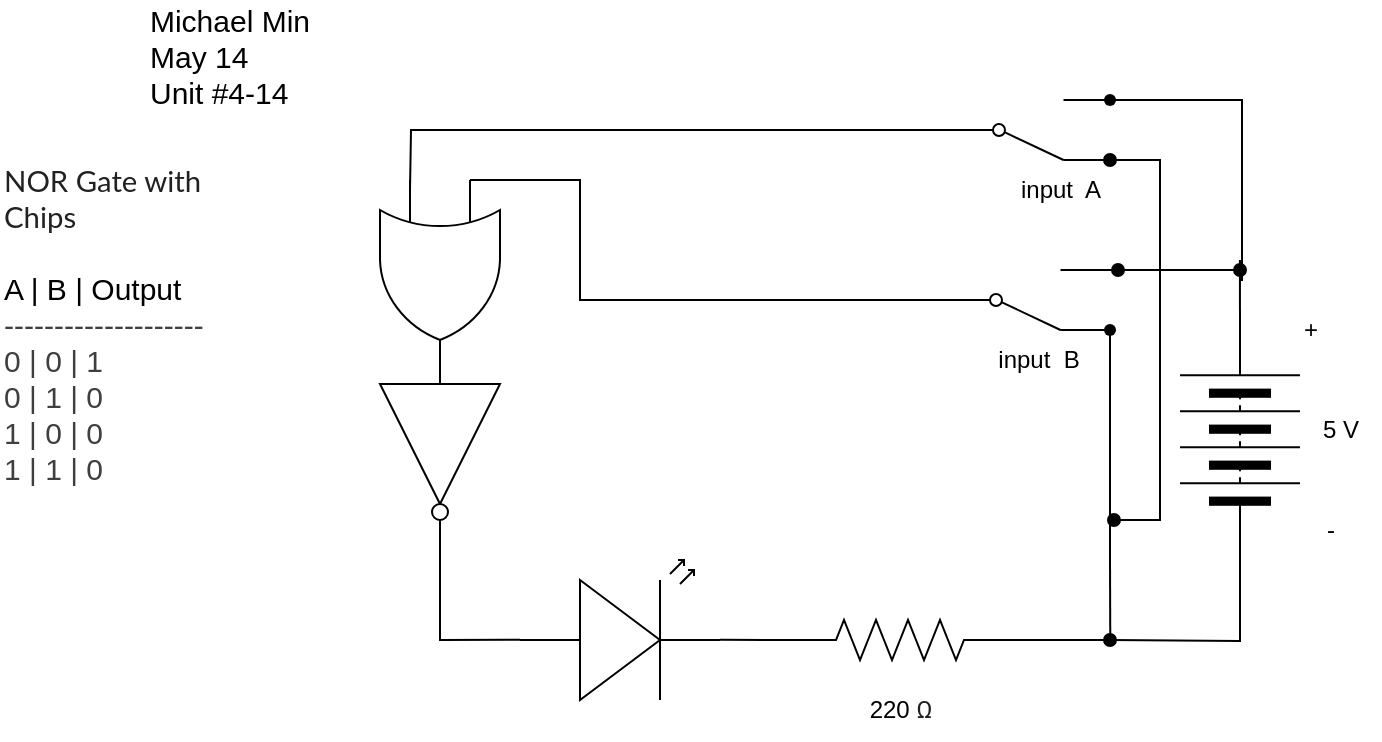
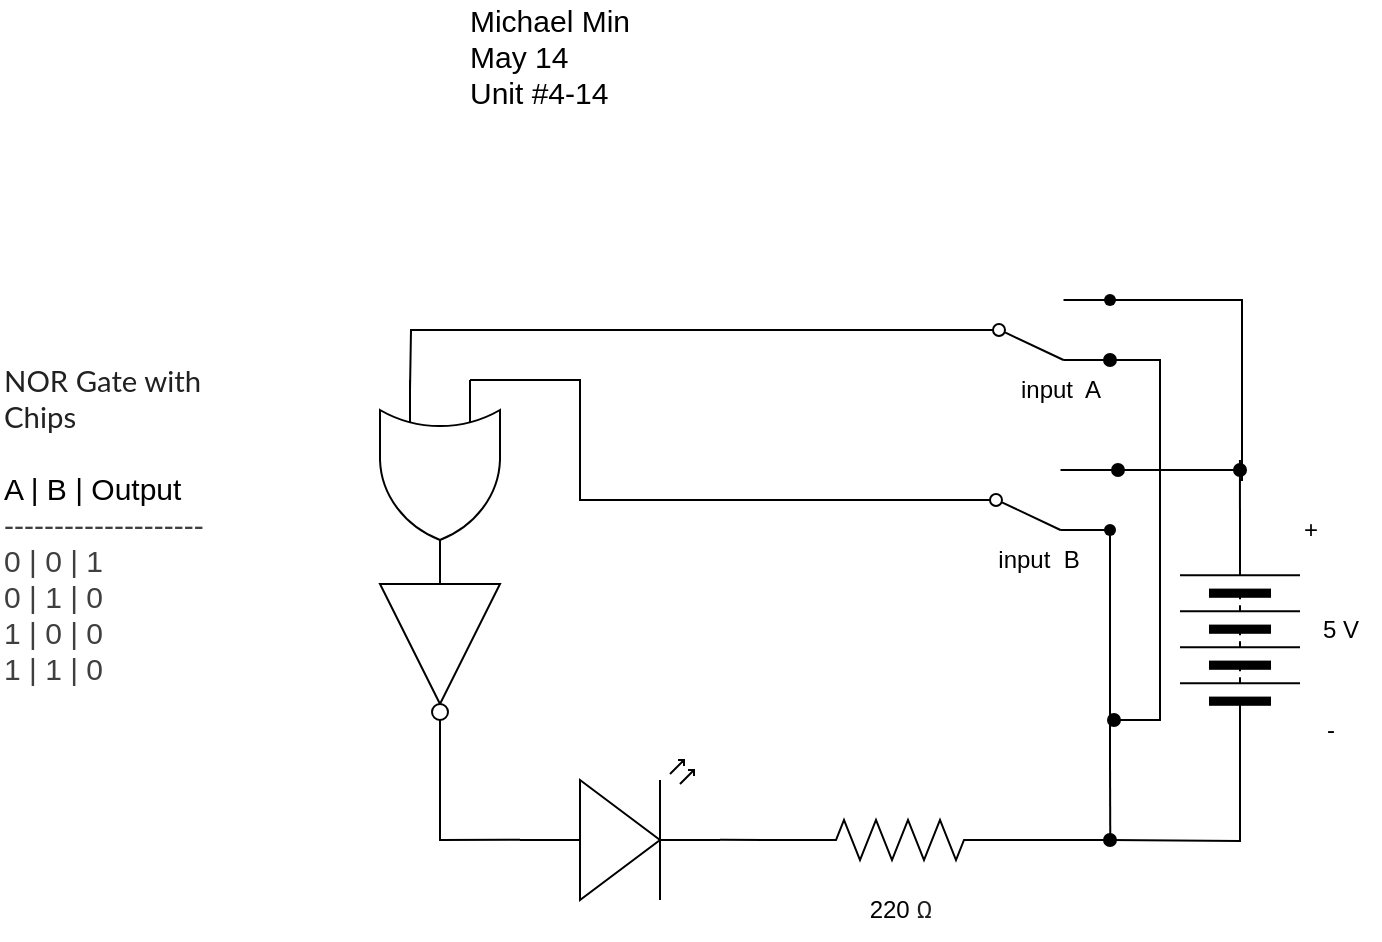
<mxfile host="65bd71144e">
    <diagram id="WTmfBjRd3qJ1NjPrPrVv" name="第 1 页">
-         <mxGraphModel dx="445" dy="228" grid="1" gridSize="10" guides="1" tooltips="1" connect="1" arrows="1" fold="1" page="1" pageScale="1" pageWidth="827" pageHeight="1169" math="0" shadow="0">
+         <mxGraphModel dx="1086" dy="551" grid="1" gridSize="10" guides="1" tooltips="1" connect="1" arrows="1" fold="1" page="1" pageScale="1" pageWidth="827" pageHeight="1169" math="0" shadow="0">
            <root>
                <mxCell id="0"/>
                <mxCell id="1" parent="0"/>
-                 <mxCell id="3" style="edgeStyle=orthogonalEdgeStyle;html=1;exitDx=0;exitDy=0;exitPerimeter=0;entryX=0;entryY=0.5;entryDx=0;entryDy=0;rounded=0;endArrow=none;endFill=0;" edge="1" parent="1" target="10">
+                 <mxCell id="3" style="edgeStyle=orthogonalEdgeStyle;html=1;exitDx=0;exitDy=0;exitPerimeter=0;entryX=0;entryY=0.5;entryDx=0;entryDy=0;rounded=0;endArrow=none;endFill=0;" parent="1" target="10" edge="1">
                    <mxGeometry relative="1" as="geometry">
                        <mxPoint x="665" y="470" as="sourcePoint"/>
                    </mxGeometry>
                </mxCell>
-                 <mxCell id="4" style="edgeStyle=none;html=1;exitX=1;exitY=0.5;exitDx=0;exitDy=0;exitPerimeter=0;endArrow=oval;endFill=1;" edge="1" parent="1" source="5">
+                 <mxCell id="4" style="edgeStyle=none;html=1;exitX=1;exitY=0.5;exitDx=0;exitDy=0;exitPerimeter=0;endArrow=oval;endFill=1;" parent="1" source="5" edge="1">
                    <mxGeometry relative="1" as="geometry">
                        <mxPoint x="665" y="470" as="targetPoint"/>
                    </mxGeometry>
                </mxCell>
-                 <mxCell id="5" value="" style="pointerEvents=1;verticalLabelPosition=bottom;shadow=0;dashed=0;align=center;html=1;verticalAlign=top;shape=mxgraph.electrical.resistors.resistor_2;" vertex="1" parent="1">
+                 <mxCell id="5" value="" style="pointerEvents=1;verticalLabelPosition=bottom;shadow=0;dashed=0;align=center;html=1;verticalAlign=top;shape=mxgraph.electrical.resistors.resistor_2;" parent="1" vertex="1">
                    <mxGeometry x="510" y="460" width="100" height="20" as="geometry"/>
                </mxCell>
-                 <mxCell id="6" style="edgeStyle=none;html=1;exitDx=0;exitDy=0;endArrow=oval;endFill=1;" edge="1" parent="1" source="12">
+                 <mxCell id="6" style="edgeStyle=none;html=1;exitDx=0;exitDy=0;endArrow=oval;endFill=1;" parent="1" source="12" edge="1">
                    <mxGeometry relative="1" as="geometry">
                        <mxPoint x="730" y="285" as="targetPoint"/>
                    </mxGeometry>
                </mxCell>
-                 <mxCell id="7" style="edgeStyle=none;html=1;exitDx=0;exitDy=0;endArrow=none;endFill=0;" edge="1" parent="1">
+                 <mxCell id="7" style="edgeStyle=none;html=1;exitDx=0;exitDy=0;endArrow=none;endFill=0;" parent="1" edge="1">
                    <mxGeometry relative="1" as="geometry">
                        <mxPoint x="665.1379310344828" y="470" as="targetPoint"/>
                        <mxPoint x="665" y="430" as="sourcePoint"/>
                    </mxGeometry>
                </mxCell>
-                 <mxCell id="8" value="" style="pointerEvents=1;verticalLabelPosition=bottom;shadow=0;dashed=0;align=center;html=1;verticalAlign=top;shape=mxgraph.electrical.electro-mechanical.twoWayContact2;elSwitchState=2;" vertex="1" parent="1">
+                 <mxCell id="8" value="" style="pointerEvents=1;verticalLabelPosition=bottom;shadow=0;dashed=0;align=center;html=1;verticalAlign=top;shape=mxgraph.electrical.electro-mechanical.twoWayContact2;elSwitchState=2;" parent="1" vertex="1">
                    <mxGeometry x="590" y="285" width="75" height="30" as="geometry"/>
                </mxCell>
-                 <mxCell id="9" style="edgeStyle=none;html=1;exitX=1;exitY=0.5;exitDx=0;exitDy=0;endArrow=none;endFill=0;" edge="1" parent="1" source="10">
+                 <mxCell id="9" style="edgeStyle=none;html=1;exitX=1;exitY=0.5;exitDx=0;exitDy=0;endArrow=none;endFill=0;" parent="1" source="10" edge="1">
                    <mxGeometry relative="1" as="geometry">
                        <mxPoint x="729.9655172413793" y="280" as="targetPoint"/>
                    </mxGeometry>
                </mxCell>
-                 <mxCell id="10" value="" style="pointerEvents=1;verticalLabelPosition=bottom;shadow=0;dashed=0;align=center;html=1;verticalAlign=top;shape=mxgraph.electrical.miscellaneous.batteryStack;rotation=-90;" vertex="1" parent="1">
+                 <mxCell id="10" value="" style="pointerEvents=1;verticalLabelPosition=bottom;shadow=0;dashed=0;align=center;html=1;verticalAlign=top;shape=mxgraph.electrical.miscellaneous.batteryStack;rotation=-90;" parent="1" vertex="1">
                    <mxGeometry x="680" y="340" width="100" height="60" as="geometry"/>
                </mxCell>
-                 <mxCell id="11" value="" style="edgeStyle=none;html=1;exitX=1;exitY=0;exitDx=0;exitDy=0;endArrow=oval;endFill=1;" edge="1" parent="1" source="8" target="12">
+                 <mxCell id="11" value="" style="edgeStyle=none;html=1;exitX=1;exitY=0;exitDx=0;exitDy=0;endArrow=oval;endFill=1;" parent="1" source="8" target="12" edge="1">
                    <mxGeometry relative="1" as="geometry">
                        <mxPoint x="730" y="285" as="targetPoint"/>
                        <mxPoint x="665" y="285" as="sourcePoint"/>
                    </mxGeometry>
                </mxCell>
-                 <mxCell id="12" value="" style="shape=waypoint;sketch=0;size=6;pointerEvents=1;points=[];fillColor=none;resizable=0;rotatable=0;perimeter=centerPerimeter;snapToPoint=1;" vertex="1" parent="1">
+                 <mxCell id="12" value="" style="shape=waypoint;sketch=0;size=6;pointerEvents=1;points=[];fillColor=none;resizable=0;rotatable=0;perimeter=centerPerimeter;snapToPoint=1;" parent="1" vertex="1">
                    <mxGeometry x="659" y="275" width="20" height="20" as="geometry"/>
                </mxCell>
-                 <mxCell id="13" value="" style="verticalLabelPosition=bottom;shadow=0;dashed=0;align=center;html=1;verticalAlign=top;shape=mxgraph.electrical.opto_electronics.led_2;pointerEvents=1;" vertex="1" parent="1">
+                 <mxCell id="13" value="" style="verticalLabelPosition=bottom;shadow=0;dashed=0;align=center;html=1;verticalAlign=top;shape=mxgraph.electrical.opto_electronics.led_2;pointerEvents=1;" parent="1" vertex="1">
                    <mxGeometry x="370" y="430" width="100" height="70" as="geometry"/>
                </mxCell>
-                 <mxCell id="14" value="" style="shape=waypoint;sketch=0;size=6;pointerEvents=1;points=[];fillColor=none;resizable=0;rotatable=0;perimeter=centerPerimeter;snapToPoint=1;" vertex="1" parent="1">
+                 <mxCell id="14" value="" style="shape=waypoint;sketch=0;size=6;pointerEvents=1;points=[];fillColor=none;resizable=0;rotatable=0;perimeter=centerPerimeter;snapToPoint=1;" parent="1" vertex="1">
                    <mxGeometry x="655" y="305" width="20" height="20" as="geometry"/>
                </mxCell>
-                 <mxCell id="15" value="" style="edgeStyle=none;html=1;exitX=1;exitY=1;exitDx=0;exitDy=0;endArrow=none;endFill=0;" edge="1" parent="1" source="8">
+                 <mxCell id="15" value="" style="edgeStyle=none;html=1;exitX=1;exitY=1;exitDx=0;exitDy=0;endArrow=none;endFill=0;" parent="1" source="8" edge="1">
                    <mxGeometry relative="1" as="geometry">
                        <mxPoint x="665" y="430" as="targetPoint"/>
                        <mxPoint x="665" y="315" as="sourcePoint"/>
                    </mxGeometry>
                </mxCell>
-                 <mxCell id="16" value="220&amp;nbsp;&lt;span style=&quot;color: rgb(31, 31, 31); font-family: &amp;quot;Google Sans&amp;quot;, Roboto, sans-serif; text-align: start; white-space: normal; background-color: rgb(255, 255, 255);&quot;&gt;&lt;font&gt;Ω&lt;/font&gt;&lt;/span&gt;" style="text;html=1;align=center;verticalAlign=middle;resizable=0;points=[];autosize=1;strokeColor=none;fillColor=none;" vertex="1" parent="1">
+                 <mxCell id="16" value="220&amp;nbsp;&lt;span style=&quot;color: rgb(31, 31, 31); font-family: &amp;quot;Google Sans&amp;quot;, Roboto, sans-serif; text-align: start; white-space: normal; background-color: rgb(255, 255, 255);&quot;&gt;&lt;font&gt;Ω&lt;/font&gt;&lt;/span&gt;" style="text;html=1;align=center;verticalAlign=middle;resizable=0;points=[];autosize=1;strokeColor=none;fillColor=none;" parent="1" vertex="1">
                    <mxGeometry x="530" y="490" width="60" height="30" as="geometry"/>
                </mxCell>
-                 <mxCell id="17" value="5 V" style="text;html=1;align=center;verticalAlign=middle;resizable=0;points=[];autosize=1;strokeColor=none;fillColor=none;" vertex="1" parent="1">
+                 <mxCell id="17" value="5 V" style="text;html=1;align=center;verticalAlign=middle;resizable=0;points=[];autosize=1;strokeColor=none;fillColor=none;" parent="1" vertex="1">
                    <mxGeometry x="760" y="350" width="40" height="30" as="geometry"/>
                </mxCell>
-                 <mxCell id="18" value="input&amp;nbsp; B" style="text;html=1;align=center;verticalAlign=middle;resizable=0;points=[];autosize=1;strokeColor=none;fillColor=none;" vertex="1" parent="1">
+                 <mxCell id="18" value="input&amp;nbsp; B" style="text;html=1;align=center;verticalAlign=middle;resizable=0;points=[];autosize=1;strokeColor=none;fillColor=none;" parent="1" vertex="1">
                    <mxGeometry x="599" y="315" width="60" height="30" as="geometry"/>
                </mxCell>
-                 <mxCell id="19" value="+" style="text;html=1;align=center;verticalAlign=middle;resizable=0;points=[];autosize=1;strokeColor=none;fillColor=none;" vertex="1" parent="1">
+                 <mxCell id="19" value="+" style="text;html=1;align=center;verticalAlign=middle;resizable=0;points=[];autosize=1;strokeColor=none;fillColor=none;" parent="1" vertex="1">
                    <mxGeometry x="750" y="300" width="30" height="30" as="geometry"/>
                </mxCell>
-                 <mxCell id="20" value="-" style="text;html=1;align=center;verticalAlign=middle;resizable=0;points=[];autosize=1;strokeColor=none;fillColor=none;" vertex="1" parent="1">
+                 <mxCell id="20" value="-" style="text;html=1;align=center;verticalAlign=middle;resizable=0;points=[];autosize=1;strokeColor=none;fillColor=none;" parent="1" vertex="1">
                    <mxGeometry x="760" y="400" width="30" height="30" as="geometry"/>
                </mxCell>
-                 <mxCell id="21" style="edgeStyle=none;html=1;exitX=1;exitY=0.57;exitDx=0;exitDy=0;exitPerimeter=0;endArrow=none;endFill=0;" edge="1" parent="1" source="13">
+                 <mxCell id="21" style="edgeStyle=none;html=1;exitX=1;exitY=0.57;exitDx=0;exitDy=0;exitPerimeter=0;endArrow=none;endFill=0;" parent="1" source="13" edge="1">
                    <mxGeometry relative="1" as="geometry">
                        <mxPoint x="510" y="470" as="targetPoint"/>
                    </mxGeometry>
                </mxCell>
-                 <mxCell id="22" style="edgeStyle=none;html=1;entryX=0.609;entryY=0.21;entryDx=0;entryDy=0;entryPerimeter=0;" edge="1" parent="1">
+                 <mxCell id="22" style="edgeStyle=none;html=1;entryX=0.609;entryY=0.21;entryDx=0;entryDy=0;entryPerimeter=0;" parent="1" edge="1">
                    <mxGeometry relative="1" as="geometry">
                        <mxPoint x="665" y="170" as="sourcePoint"/>
                        <mxPoint x="665" y="170" as="targetPoint"/>
                    </mxGeometry>
                </mxCell>
-                 <mxCell id="23" value="&lt;div style=&quot;-webkit-tap-highlight-color: rgba(0, 0, 0, 0); box-sizing: border-box; font-family: ArtifaktElement-Medium, sans-serif; font-size: 15px;&quot;&gt;&lt;span style=&quot;background-color: transparent; white-space: normal; box-sizing: border-box; color: rgb(33, 33, 33); font-family: Lato, sans-serif; font-size: 14.6667px; font-variant: none;&quot; class=&quot;C9DxTc&quot;&gt;NOR&lt;/span&gt;&lt;span style=&quot;background-color: transparent; white-space: normal; box-sizing: border-box; color: rgb(33, 33, 33); font-family: Lato, sans-serif; font-size: 14.6667px; font-variant: normal;&quot; class=&quot;C9DxTc&quot;&gt; Gate with Chips&lt;/span&gt;&lt;/div&gt;&lt;div style=&quot;-webkit-tap-highlight-color: rgba(0, 0, 0, 0); box-sizing: border-box; font-family: ArtifaktElement-Medium, sans-serif; font-size: 15px;&quot;&gt;&lt;span style=&quot;background-color: transparent;&quot;&gt;&lt;br&gt;&lt;/span&gt;&lt;/div&gt;&lt;div style=&quot;-webkit-tap-highlight-color: rgba(0, 0, 0, 0); box-sizing: border-box; font-family: ArtifaktElement-Medium, sans-serif; font-size: 15px;&quot;&gt;&lt;span style=&quot;background-color: transparent;&quot;&gt;A | B | Output&lt;/span&gt;&lt;/div&gt;&lt;div style=&quot;-webkit-tap-highlight-color: rgba(0, 0, 0, 0); box-sizing: border-box; font-family: ArtifaktElement-Medium, sans-serif; font-size: 15px;&quot;&gt;&lt;div style=&quot;color: rgb(63, 63, 63); scrollbar-color: rgb(226, 226, 226) rgb(251, 251, 251); -webkit-tap-highlight-color: rgba(0, 0, 0, 0); box-sizing: border-box;&quot;&gt;--------------------&lt;/div&gt;&lt;div style=&quot;color: rgb(63, 63, 63); scrollbar-color: rgb(226, 226, 226) rgb(251, 251, 251); -webkit-tap-highlight-color: rgba(0, 0, 0, 0); box-sizing: border-box;&quot;&gt;0 | 0 | 1&lt;/div&gt;&lt;div style=&quot;color: rgb(63, 63, 63); scrollbar-color: rgb(226, 226, 226) rgb(251, 251, 251); -webkit-tap-highlight-color: rgba(0, 0, 0, 0); box-sizing: border-box;&quot;&gt;0 | 1 | 0&lt;/div&gt;&lt;div style=&quot;color: rgb(63, 63, 63); scrollbar-color: rgb(226, 226, 226) rgb(251, 251, 251); -webkit-tap-highlight-color: rgba(0, 0, 0, 0); box-sizing: border-box;&quot;&gt;1 | 0 | 0&lt;/div&gt;&lt;div style=&quot;color: rgb(63, 63, 63); scrollbar-color: rgb(226, 226, 226) rgb(251, 251, 251); -webkit-tap-highlight-color: rgba(0, 0, 0, 0); box-sizing: border-box;&quot;&gt;1 | 1 | 0&lt;/div&gt;&lt;/div&gt;&lt;div style=&quot;-webkit-tap-highlight-color: rgba(0, 0, 0, 0); box-sizing: border-box; font-family: ArtifaktElement-Medium, sans-serif; font-size: 15px;&quot;&gt;&amp;nbsp;&lt;/div&gt;&lt;div style=&quot;-webkit-tap-highlight-color: rgba(0, 0, 0, 0); box-sizing: border-box; font-family: ArtifaktElement-Medium, sans-serif; font-size: 15px;&quot;&gt;&amp;nbsp;&lt;/div&gt;" style="text;html=1;align=left;verticalAlign=middle;rounded=0;fontColor=default;labelBackgroundColor=none;labelBorderColor=none;textShadow=0;" vertex="1" parent="1">
+                 <mxCell id="23" value="&lt;div style=&quot;-webkit-tap-highlight-color: rgba(0, 0, 0, 0); box-sizing: border-box; font-family: ArtifaktElement-Medium, sans-serif; font-size: 15px;&quot;&gt;&lt;span style=&quot;background-color: transparent; white-space: normal; box-sizing: border-box; color: rgb(33, 33, 33); font-family: Lato, sans-serif; font-size: 14.6667px; font-variant: none;&quot; class=&quot;C9DxTc&quot;&gt;NOR&lt;/span&gt;&lt;span style=&quot;background-color: transparent; white-space: normal; box-sizing: border-box; color: rgb(33, 33, 33); font-family: Lato, sans-serif; font-size: 14.6667px; font-variant: normal;&quot; class=&quot;C9DxTc&quot;&gt; Gate with Chips&lt;/span&gt;&lt;/div&gt;&lt;div style=&quot;-webkit-tap-highlight-color: rgba(0, 0, 0, 0); box-sizing: border-box; font-family: ArtifaktElement-Medium, sans-serif; font-size: 15px;&quot;&gt;&lt;span style=&quot;background-color: transparent;&quot;&gt;&lt;br&gt;&lt;/span&gt;&lt;/div&gt;&lt;div style=&quot;-webkit-tap-highlight-color: rgba(0, 0, 0, 0); box-sizing: border-box; font-family: ArtifaktElement-Medium, sans-serif; font-size: 15px;&quot;&gt;&lt;span style=&quot;background-color: transparent;&quot;&gt;A | B | Output&lt;/span&gt;&lt;/div&gt;&lt;div style=&quot;-webkit-tap-highlight-color: rgba(0, 0, 0, 0); box-sizing: border-box; font-family: ArtifaktElement-Medium, sans-serif; font-size: 15px;&quot;&gt;&lt;div style=&quot;color: rgb(63, 63, 63); scrollbar-color: rgb(226, 226, 226) rgb(251, 251, 251); -webkit-tap-highlight-color: rgba(0, 0, 0, 0); box-sizing: border-box;&quot;&gt;--------------------&lt;/div&gt;&lt;div style=&quot;color: rgb(63, 63, 63); scrollbar-color: rgb(226, 226, 226) rgb(251, 251, 251); -webkit-tap-highlight-color: rgba(0, 0, 0, 0); box-sizing: border-box;&quot;&gt;0 | 0 | 1&lt;/div&gt;&lt;div style=&quot;color: rgb(63, 63, 63); scrollbar-color: rgb(226, 226, 226) rgb(251, 251, 251); -webkit-tap-highlight-color: rgba(0, 0, 0, 0); box-sizing: border-box;&quot;&gt;0 | 1 | 0&lt;/div&gt;&lt;div style=&quot;color: rgb(63, 63, 63); scrollbar-color: rgb(226, 226, 226) rgb(251, 251, 251); -webkit-tap-highlight-color: rgba(0, 0, 0, 0); box-sizing: border-box;&quot;&gt;1 | 0 | 0&lt;/div&gt;&lt;div style=&quot;color: rgb(63, 63, 63); scrollbar-color: rgb(226, 226, 226) rgb(251, 251, 251); -webkit-tap-highlight-color: rgba(0, 0, 0, 0); box-sizing: border-box;&quot;&gt;1 | 1 | 0&lt;/div&gt;&lt;/div&gt;&lt;div style=&quot;-webkit-tap-highlight-color: rgba(0, 0, 0, 0); box-sizing: border-box; font-family: ArtifaktElement-Medium, sans-serif; font-size: 15px;&quot;&gt;&amp;nbsp;&lt;/div&gt;&lt;div style=&quot;-webkit-tap-highlight-color: rgba(0, 0, 0, 0); box-sizing: border-box; font-family: ArtifaktElement-Medium, sans-serif; font-size: 15px;&quot;&gt;&amp;nbsp;&lt;/div&gt;" style="text;html=1;align=left;verticalAlign=middle;rounded=0;fontColor=default;labelBackgroundColor=none;labelBorderColor=none;textShadow=0;" parent="1" vertex="1">
                    <mxGeometry x="110" y="250" width="210" height="160" as="geometry"/>
                </mxCell>
-                 <mxCell id="24" value="&lt;span style=&quot;font-family: ArtifaktElement-Medium, sans-serif; font-size: 15px; text-align: left;&quot;&gt;Michael Min&lt;/span&gt;&lt;div style=&quot;-webkit-tap-highlight-color: rgba(0, 0, 0, 0); box-sizing: border-box; font-family: ArtifaktElement-Medium, sans-serif; font-size: 15px; text-align: left;&quot;&gt;May 14&lt;/div&gt;&lt;div style=&quot;-webkit-tap-highlight-color: rgba(0, 0, 0, 0); box-sizing: border-box; font-family: ArtifaktElement-Medium, sans-serif; font-size: 15px; text-align: left;&quot;&gt;Unit #4-14&lt;/div&gt;" style="text;html=1;align=center;verticalAlign=middle;whiteSpace=wrap;rounded=0;labelBackgroundColor=none;fontColor=#000000;" vertex="1" parent="1">
-                     <mxGeometry x="180" y="150" width="90" height="55" as="geometry"/>
+                 <mxCell id="24" value="&lt;span style=&quot;font-family: ArtifaktElement-Medium, sans-serif; font-size: 15px; text-align: left;&quot;&gt;Michael Min&lt;/span&gt;&lt;div style=&quot;-webkit-tap-highlight-color: rgba(0, 0, 0, 0); box-sizing: border-box; font-family: ArtifaktElement-Medium, sans-serif; font-size: 15px; text-align: left;&quot;&gt;May 14&lt;/div&gt;&lt;div style=&quot;-webkit-tap-highlight-color: rgba(0, 0, 0, 0); box-sizing: border-box; font-family: ArtifaktElement-Medium, sans-serif; font-size: 15px; text-align: left;&quot;&gt;Unit #4-14&lt;/div&gt;" style="text;html=1;align=center;verticalAlign=middle;whiteSpace=wrap;rounded=0;labelBackgroundColor=none;fontColor=#000000;" parent="1" vertex="1">
+                     <mxGeometry x="340" y="50" width="90" height="55" as="geometry"/>
                </mxCell>
-                 <mxCell id="25" style="edgeStyle=none;html=1;exitX=1;exitY=0.5;exitDx=0;exitDy=0;exitPerimeter=0;endArrow=none;endFill=0;entryX=0;entryY=0.57;entryDx=0;entryDy=0;entryPerimeter=0;rounded=0;curved=0;" edge="1" parent="1" target="13">
+                 <mxCell id="25" style="edgeStyle=none;html=1;exitX=1;exitY=0.5;exitDx=0;exitDy=0;exitPerimeter=0;endArrow=none;endFill=0;entryX=0;entryY=0.57;entryDx=0;entryDy=0;entryPerimeter=0;rounded=0;curved=0;" parent="1" target="13" edge="1">
                    <mxGeometry relative="1" as="geometry">
                        <mxPoint x="330" y="470" as="targetPoint"/>
                        <mxPoint x="330" y="415" as="sourcePoint"/>
                        <Array as="points">
                            <mxPoint x="330" y="470"/>
                        </Array>
                    </mxGeometry>
                </mxCell>
-                 <mxCell id="26" style="edgeStyle=orthogonalEdgeStyle;html=1;exitX=1;exitY=0;exitDx=0;exitDy=0;rounded=0;curved=0;endArrow=none;endFill=0;" edge="1" parent="1" source="28">
+                 <mxCell id="26" style="edgeStyle=orthogonalEdgeStyle;html=1;exitX=1;exitY=0;exitDx=0;exitDy=0;rounded=0;curved=0;endArrow=none;endFill=0;" parent="1" source="28" edge="1">
                    <mxGeometry relative="1" as="geometry">
                        <mxPoint x="730" y="290" as="targetPoint"/>
                        <Array as="points">
                            <mxPoint x="731" y="200"/>
                        </Array>
                    </mxGeometry>
                </mxCell>
-                 <mxCell id="27" style="html=1;exitDx=0;exitDy=0;endArrow=oval;endFill=1;rounded=0;" edge="1" parent="1" source="31">
+                 <mxCell id="27" style="html=1;exitDx=0;exitDy=0;endArrow=oval;endFill=1;rounded=0;" parent="1" source="31" edge="1">
                    <mxGeometry relative="1" as="geometry">
                        <mxPoint x="667" y="410" as="targetPoint"/>
                        <Array as="points">
                            <mxPoint x="690" y="230"/>
                            <mxPoint x="690" y="320"/>
                            <mxPoint x="690" y="410"/>
                        </Array>
                    </mxGeometry>
                </mxCell>
-                 <mxCell id="28" value="" style="pointerEvents=1;verticalLabelPosition=bottom;shadow=0;dashed=0;align=center;html=1;verticalAlign=top;shape=mxgraph.electrical.electro-mechanical.twoWayContact2;elSwitchState=2;" vertex="1" parent="1">
+                 <mxCell id="28" value="" style="pointerEvents=1;verticalLabelPosition=bottom;shadow=0;dashed=0;align=center;html=1;verticalAlign=top;shape=mxgraph.electrical.electro-mechanical.twoWayContact2;elSwitchState=2;" parent="1" vertex="1">
                    <mxGeometry x="591.5" y="200" width="75" height="30" as="geometry"/>
                </mxCell>
-                 <mxCell id="29" value="" style="shape=waypoint;sketch=0;size=6;pointerEvents=1;points=[];fillColor=none;resizable=0;rotatable=0;perimeter=centerPerimeter;snapToPoint=1;" vertex="1" parent="1">
+                 <mxCell id="29" value="" style="shape=waypoint;sketch=0;size=6;pointerEvents=1;points=[];fillColor=none;resizable=0;rotatable=0;perimeter=centerPerimeter;snapToPoint=1;" parent="1" vertex="1">
                    <mxGeometry x="655" y="190" width="20" height="20" as="geometry"/>
                </mxCell>
-                 <mxCell id="30" value="" style="html=1;exitX=1;exitY=1;exitDx=0;exitDy=0;endArrow=oval;endFill=1;rounded=0;" edge="1" parent="1" source="28" target="31">
+                 <mxCell id="30" value="" style="html=1;exitX=1;exitY=1;exitDx=0;exitDy=0;endArrow=oval;endFill=1;rounded=0;" parent="1" source="28" target="31" edge="1">
                    <mxGeometry relative="1" as="geometry">
                        <mxPoint x="667" y="410" as="targetPoint"/>
                        <mxPoint x="667" y="230" as="sourcePoint"/>
                        <Array as="points"/>
                    </mxGeometry>
                </mxCell>
-                 <mxCell id="31" value="" style="shape=waypoint;sketch=0;size=6;pointerEvents=1;points=[];fillColor=none;resizable=0;rotatable=0;perimeter=centerPerimeter;snapToPoint=1;" vertex="1" parent="1">
+                 <mxCell id="31" value="" style="shape=waypoint;sketch=0;size=6;pointerEvents=1;points=[];fillColor=none;resizable=0;rotatable=0;perimeter=centerPerimeter;snapToPoint=1;" parent="1" vertex="1">
                    <mxGeometry x="655" y="220" width="20" height="20" as="geometry"/>
                </mxCell>
-                 <mxCell id="32" value="input&amp;nbsp; A" style="text;html=1;align=center;verticalAlign=middle;resizable=0;points=[];autosize=1;strokeColor=none;fillColor=none;" vertex="1" parent="1">
+                 <mxCell id="32" value="input&amp;nbsp; A" style="text;html=1;align=center;verticalAlign=middle;resizable=0;points=[];autosize=1;strokeColor=none;fillColor=none;" parent="1" vertex="1">
                    <mxGeometry x="610" y="230" width="60" height="30" as="geometry"/>
                </mxCell>
-                 <mxCell id="33" style="edgeStyle=orthogonalEdgeStyle;html=1;exitX=0;exitY=0.5;exitDx=0;exitDy=0;entryX=0;entryY=0.25;entryDx=0;entryDy=0;entryPerimeter=0;rounded=0;endArrow=none;endFill=0;" edge="1" parent="1" source="8" target="37">
+                 <mxCell id="33" style="edgeStyle=orthogonalEdgeStyle;html=1;exitX=0;exitY=0.5;exitDx=0;exitDy=0;entryX=0;entryY=0.25;entryDx=0;entryDy=0;entryPerimeter=0;rounded=0;endArrow=none;endFill=0;" parent="1" source="8" target="37" edge="1">
                    <mxGeometry relative="1" as="geometry">
                        <mxPoint x="345" y="235" as="targetPoint"/>
                        <Array as="points">
                            <mxPoint x="400" y="300"/>
                            <mxPoint x="400" y="240"/>
                        </Array>
                    </mxGeometry>
                </mxCell>
-                 <mxCell id="34" style="edgeStyle=orthogonalEdgeStyle;html=1;exitX=0;exitY=0.5;exitDx=0;exitDy=0;rounded=0;curved=0;endArrow=none;endFill=0;entryX=0;entryY=0.75;entryDx=0;entryDy=0;entryPerimeter=0;" edge="1" parent="1" source="28">
+                 <mxCell id="34" style="edgeStyle=orthogonalEdgeStyle;html=1;exitX=0;exitY=0.5;exitDx=0;exitDy=0;rounded=0;curved=0;endArrow=none;endFill=0;entryX=0;entryY=0.75;entryDx=0;entryDy=0;entryPerimeter=0;" parent="1" source="28" edge="1">
                    <mxGeometry relative="1" as="geometry">
                        <mxPoint x="315" y="245" as="targetPoint"/>
                    </mxGeometry>
                </mxCell>
-                 <mxCell id="36" value="" style="verticalLabelPosition=bottom;shadow=0;dashed=0;align=center;html=1;verticalAlign=top;shape=mxgraph.electrical.logic_gates.inverter_2;rotation=90;" vertex="1" parent="1">
+                 <mxCell id="36" value="" style="verticalLabelPosition=bottom;shadow=0;dashed=0;align=center;html=1;verticalAlign=top;shape=mxgraph.electrical.logic_gates.inverter_2;rotation=90;" parent="1" vertex="1">
                    <mxGeometry x="280" y="345" width="100" height="60" as="geometry"/>
                </mxCell>
-                 <mxCell id="37" value="" style="verticalLabelPosition=bottom;shadow=0;dashed=0;align=center;html=1;verticalAlign=top;shape=mxgraph.electrical.logic_gates.logic_gate;operation=or;rotation=90;" vertex="1" parent="1">
+                 <mxCell id="37" value="" style="verticalLabelPosition=bottom;shadow=0;dashed=0;align=center;html=1;verticalAlign=top;shape=mxgraph.electrical.logic_gates.logic_gate;operation=or;rotation=90;" parent="1" vertex="1">
                    <mxGeometry x="280" y="260" width="100" height="60" as="geometry"/>
                </mxCell>
            </root>
        </mxGraphModel>
    </diagram>
</mxfile>